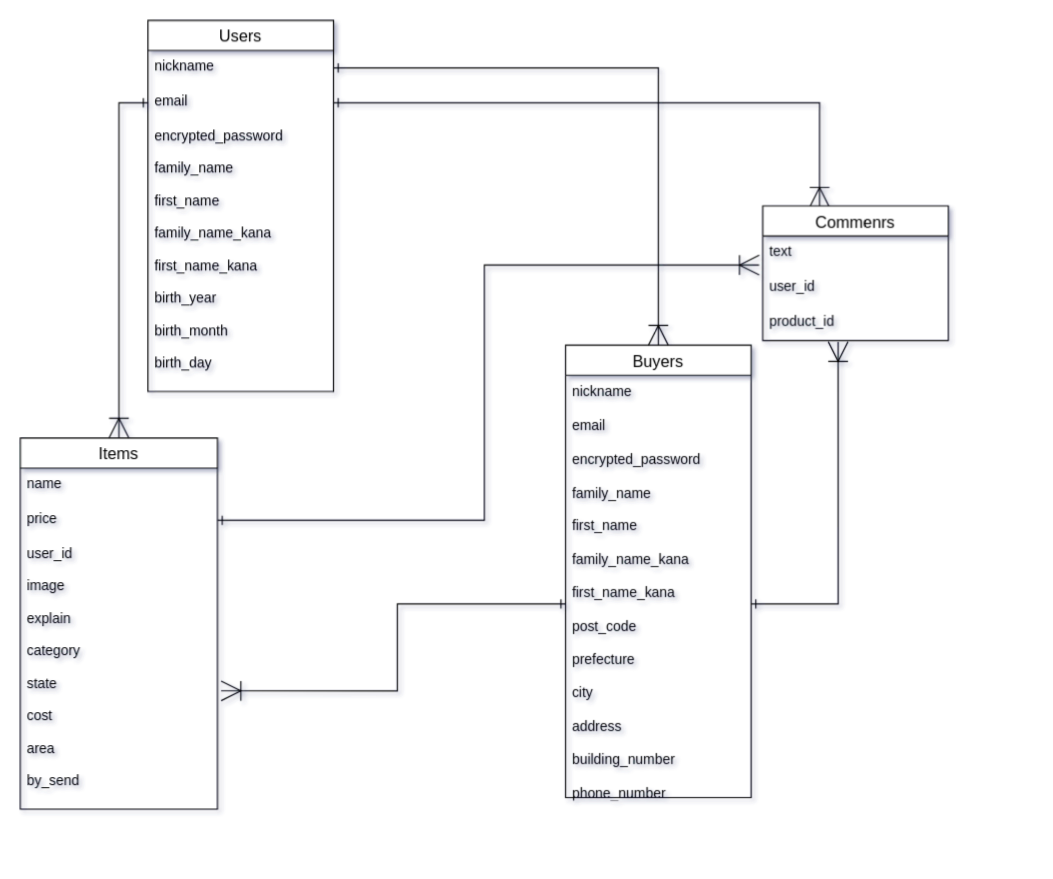
Above: test.dio in rikima0519/furima-34473 (draw.io), before the change. Source tidied: cells renumbered, new cells numbered last; positions are measured from the earlier drawing's top-left corner, leaving out a move shared by most shapes. Both pictures are drawn from the tidied source at 116%, with x=0, y=0 at pixel (20, 20).
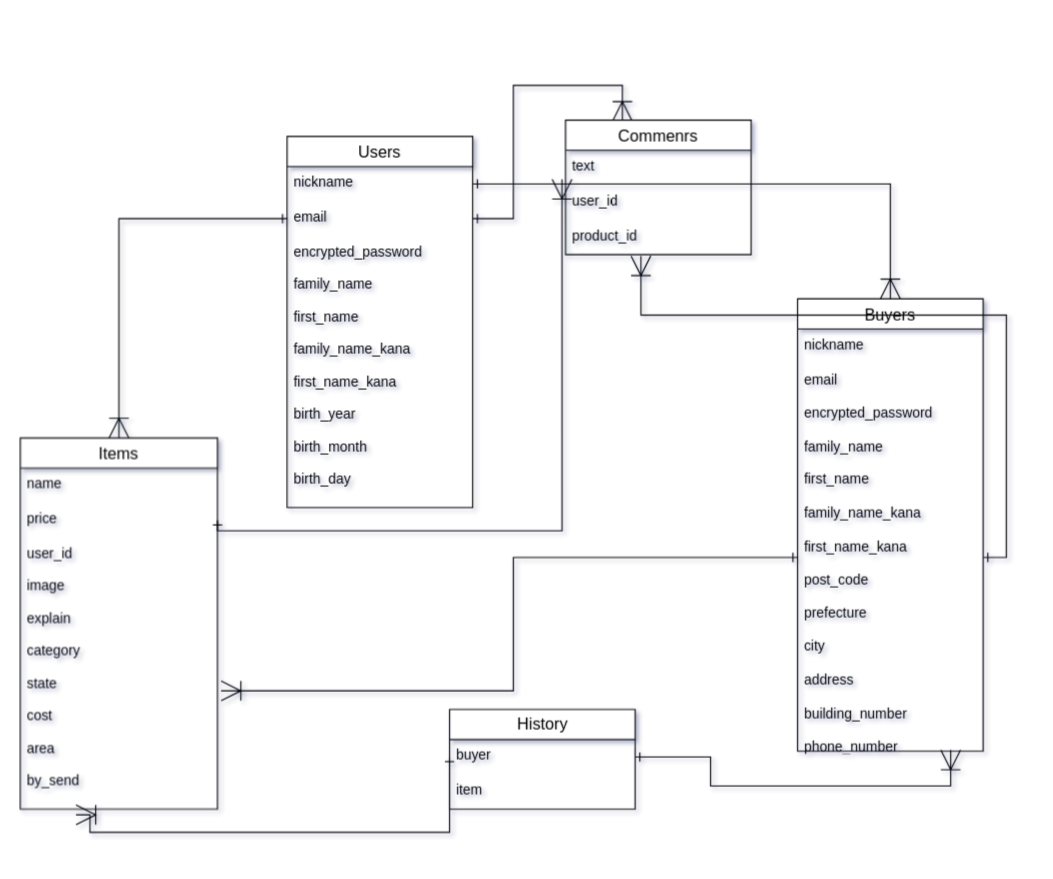
Above is the later version.

Commit message (it also covers changes not shown here):
カラム、テーブル修正２

The change refers to these unchanged cells:
```xml
<mxCell id="8" value="price" style="text;strokeColor=none;fillColor=none;spacingLeft=4;spacingRight=4;overflow=hidden;points=[[0,0.5],[1,0.5]];portConstraint=eastwest;fontSize=12;" parent="6" vertex="1">
  <mxGeometry y="56" width="170" height="30" as="geometry" />
</mxCell>
<mxCell id="9" value="user_id&#10;&#10;image&#10;&#10;explain&#10;&#10;category&#10;&#10;state&#10;&#10;cost&#10;&#10;area&#10;&#10;by_send&#10;&#10;&#10;&#10;" style="text;strokeColor=none;fillColor=none;spacingLeft=4;spacingRight=4;overflow=hidden;points=[[0,0.5],[1,0.5]];portConstraint=eastwest;fontSize=12;" parent="6" vertex="1">
  <mxGeometry y="86" width="170" height="234" as="geometry" />
</mxCell>
<mxCell id="14" value="text" style="text;strokeColor=none;fillColor=none;spacingLeft=4;spacingRight=4;overflow=hidden;points=[[0,0.5],[1,0.5]];portConstraint=eastwest;fontSize=12;" parent="13" vertex="1">
  <mxGeometry y="26" width="160" height="30" as="geometry" />
</mxCell>
<mxCell id="19" value="email&lt;br&gt;&lt;br&gt;encrypted_password&lt;br&gt;&lt;br&gt;family_name&lt;br&gt;&lt;br&gt;first_name&lt;br&gt;&lt;br&gt;family_name_kana&lt;br&gt;&lt;br&gt;first_name_kana&lt;br&gt;&lt;br&gt;post_code&lt;br&gt;&lt;br&gt;prefecture&lt;br&gt;&lt;br&gt;city&lt;br&gt;&lt;br&gt;address&lt;br&gt;&lt;br&gt;building_number&lt;br&gt;&lt;br&gt;phone_number" style="text;strokeColor=none;fillColor=none;spacingLeft=4;spacingRight=4;overflow=hidden;points=[[0,0.5],[1,0.5]];portConstraint=eastwest;fontSize=12;html=1;" parent="17" vertex="1">
  <mxGeometry y="56" width="160" height="334" as="geometry" />
</mxCell>
```

Change to the diagram source:
```diff
@@
     <mxCell id="2" value="Users" style="swimlane;fontStyle=0;horizontal=1;startSize=26;align=center;fontSize=14;" parent="1" vertex="1">
-      <mxGeometry x="110" width="160" height="320" as="geometry" />
+      <mxGeometry x="230" y="100" width="160" height="320" as="geometry" />
     </mxCell>
@@
     <mxCell id="12" style="edgeStyle=orthogonalEdgeStyle;rounded=0;jettySize=auto;html=1;exitX=1;exitY=0.5;exitDx=0;exitDy=0;endArrow=ERoneToMany;endFill=0;jumpSize=6;endSize=15;entryX=-0.019;entryY=0.833;entryDx=0;entryDy=0;entryPerimeter=0;startArrow=ERone;startFill=0;" parent="1" edge="1" source="8" target="14">
-      <mxGeometry relative="1" as="geometry" />
+      <mxGeometry relative="1" as="geometry">
+        <Array as="points">
+          <mxPoint x="170" y="440" />
+          <mxPoint x="467" y="440" />
+        </Array>
+      </mxGeometry>
     </mxCell>
     <mxCell id="13" value="Commenrs" style="swimlane;fontStyle=0;horizontal=1;startSize=26;align=center;fontSize=14;labelBackgroundColor=none;" parent="1" vertex="1">
-      <mxGeometry x="640" y="160" width="160" height="116" as="geometry" />
+      <mxGeometry x="470" y="86" width="160" height="116" as="geometry" />
     </mxCell>
@@
     <mxCell id="17" value="Buyers" style="swimlane;fontStyle=0;horizontal=1;startSize=26;align=center;fontSize=14;labelBackgroundColor=none;" parent="1" vertex="1">
-      <mxGeometry x="470" y="280" width="160" height="390" as="geometry" />
+      <mxGeometry x="670" y="240" width="160" height="390" as="geometry" />
     </mxCell>
@@
+    <mxCell id="23" value="History" style="swimlane;fontStyle=0;horizontal=1;startSize=26;align=center;fontSize=14;labelBackgroundColor=none;html=1;" parent="1" vertex="1">
+      <mxGeometry x="370" y="594" width="160" height="86" as="geometry" />
+    </mxCell>
+    <mxCell id="24" value="buyer" style="text;strokeColor=none;fillColor=none;spacingLeft=4;spacingRight=4;overflow=hidden;points=[[0,0.5],[1,0.5]];portConstraint=eastwest;fontSize=12;" parent="23" vertex="1">
+      <mxGeometry y="26" width="160" height="30" as="geometry" />
+    </mxCell>
+    <mxCell id="25" value="item" style="text;strokeColor=none;fillColor=none;spacingLeft=4;spacingRight=4;overflow=hidden;fontSize=12;" parent="23" vertex="1">
+      <mxGeometry y="56" width="160" height="30" as="geometry" />
+    </mxCell>
+    <mxCell id="26" style="edgeStyle=orthogonalEdgeStyle;rounded=0;jumpSize=6;jettySize=auto;html=1;exitX=0;exitY=0.5;exitDx=0;exitDy=0;entryX=0.282;entryY=1.021;entryDx=0;entryDy=0;entryPerimeter=0;startArrow=ERone;startFill=0;endArrow=ERoneToMany;endFill=0;endSize=15;" parent="1" edge="1" source="24" target="9">
+      <mxGeometry relative="1" as="geometry">
+        <Array as="points">
+          <mxPoint x="370" y="700" />
+          <mxPoint x="60" y="700" />
+          <mxPoint x="60" y="685" />
+        </Array>
+      </mxGeometry>
+    </mxCell>
+    <mxCell id="27" style="edgeStyle=orthogonalEdgeStyle;rounded=0;jumpSize=6;jettySize=auto;html=1;exitX=1;exitY=0.5;exitDx=0;exitDy=0;entryX=0.825;entryY=0.997;entryDx=0;entryDy=0;entryPerimeter=0;startArrow=ERone;startFill=0;endArrow=ERoneToMany;endFill=0;endSize=15;" parent="1" edge="1" source="24" target="19">
+      <mxGeometry relative="1" as="geometry" />
+    </mxCell>
```
